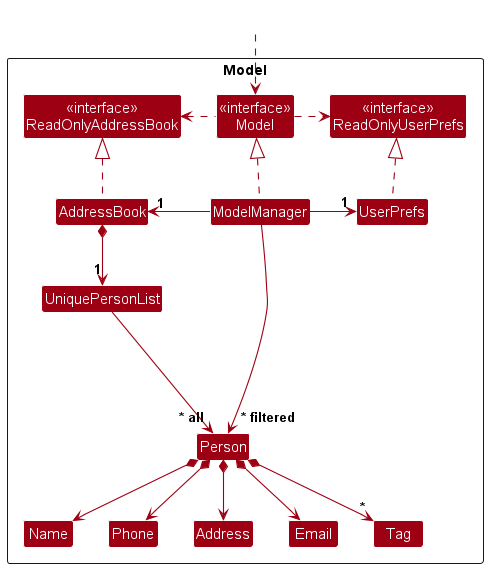
The PlantUML diagram docs/images/ModelClassDiagram.png in nus-cs2103-AY2425S1/tp, before a commit.
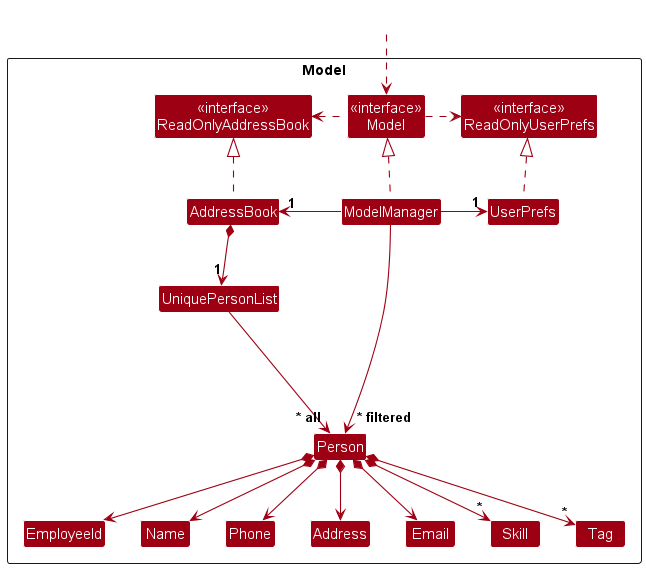
Above is the later version.

Commit message:
Update uml diagrams for person

The edit, as a diff of the source:
```diff
@@ -16,8 +16,10 @@
 Class Person
 Class Address
 Class Email
+Class EmployeeId
 Class Name
 Class Phone
+Class Skill
 Class Tag
 
 Class I #FFFFFF
@@ -37,15 +39,18 @@
 
 AddressBook *--> "1" UniquePersonList
 UniquePersonList --> "~* all" Person
+Person *--> EmployeeId
 Person *--> Name
 Person *--> Phone
 Person *--> Email
 Person *--> Address
 Person *--> "*" Tag
+Person *--> "*" Skill
 
 Person -[hidden]up--> I
 UniquePersonList -[hidden]right-> I
 
+EmployeeId -[hidden]right-> Name
 Name -[hidden]right-> Phone
 Phone -[hidden]right-> Address
 Address -[hidden]right-> Email
```
